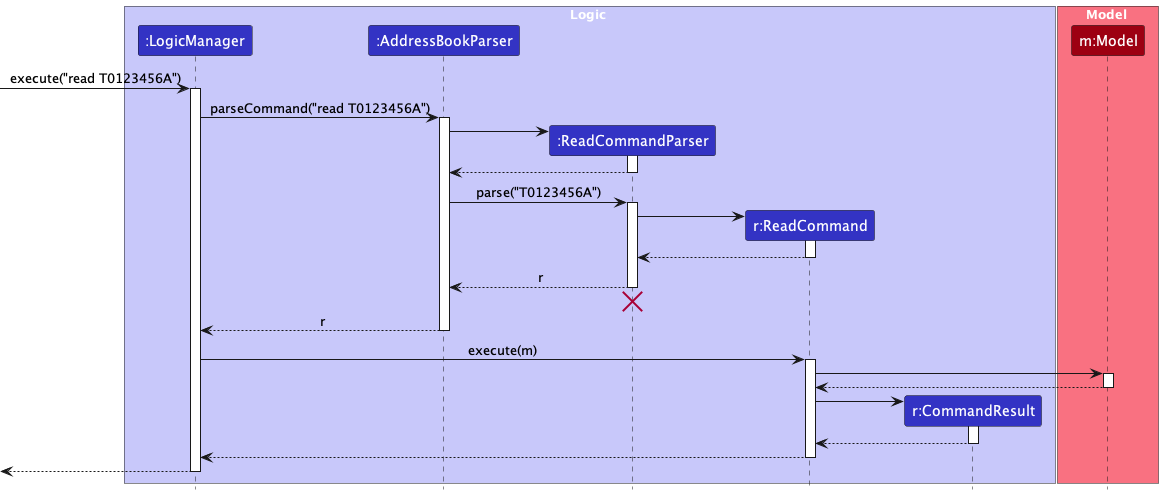
Above: docs/images/ReadCommand.png in AY2324S2-CS2103T-T08-1/tp (PlantUML), before the change. Source of this version:
```plantuml
@startuml
!include style.puml
skinparam ArrowFontStyle plain

box Logic LOGIC_COLOR_T1
participant ":LogicManager" as LogicManager LOGIC_COLOR
participant ":AddressBookParser" as AddressBookParser LOGIC_COLOR
participant ":ReadCommandParser" as ReadCommandParser LOGIC_COLOR
participant "r:ReadCommand" as ReadCommand LOGIC_COLOR
participant "r:CommandResult" as CommandResult LOGIC_COLOR
end box

box Model MODEL_COLOR_T1
participant "m:Model" as Model MODEL_COLOR
end box

[-> LogicManager : execute("read T0123456A")
activate LogicManager

LogicManager -> AddressBookParser : parseCommand("read T0123456A")
activate AddressBookParser

create ReadCommandParser
AddressBookParser -> ReadCommandParser
activate ReadCommandParser

ReadCommandParser --> AddressBookParser
deactivate ReadCommandParser

AddressBookParser -> ReadCommandParser : parse("T0123456A")
activate ReadCommandParser

create ReadCommand
ReadCommandParser -> ReadCommand
activate ReadCommand

ReadCommand --> ReadCommandParser :
deactivate ReadCommand

ReadCommandParser --> AddressBookParser : r
deactivate ReadCommandParser
ReadCommandParser -[hidden]-> AddressBookParser
destroy ReadCommandParser

AddressBookParser --> LogicManager : r
deactivate AddressBookParser

LogicManager -> ReadCommand : execute(m)
activate ReadCommand

ReadCommand -> Model
activate Model

Model --> ReadCommand
deactivate Model

create CommandResult
ReadCommand -> CommandResult
activate CommandResult

CommandResult --> ReadCommand
deactivate CommandResult

ReadCommand --> LogicManager :
deactivate ReadCommand

[<--LogicManager
deactivate LogicManager
@enduml
```
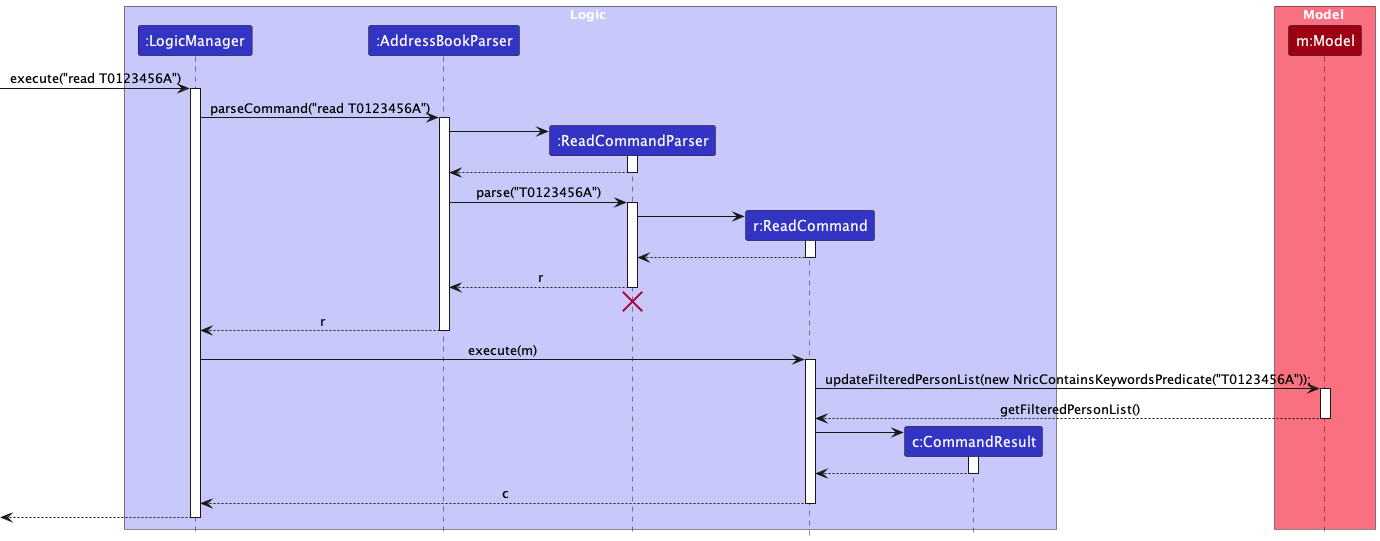
The same file after the commit.

Commit message:
Update UML diagrams for read and check commands

The edit, as a diff of the source:
```diff
@@ -7,7 +7,7 @@
 participant ":AddressBookParser" as AddressBookParser LOGIC_COLOR
 participant ":ReadCommandParser" as ReadCommandParser LOGIC_COLOR
 participant "r:ReadCommand" as ReadCommand LOGIC_COLOR
-participant "r:CommandResult" as CommandResult LOGIC_COLOR
+participant "c:CommandResult" as CommandResult LOGIC_COLOR
 end box
 
 box Model MODEL_COLOR_T1
@@ -48,10 +48,10 @@
 LogicManager -> ReadCommand : execute(m)
 activate ReadCommand
 
-ReadCommand -> Model
+ReadCommand -> Model : updateFilteredPersonList(new NricContainsKeywordsPredicate("T0123456A"));
 activate Model
 
-Model --> ReadCommand
+Model --> ReadCommand : getFilteredPersonList()
 deactivate Model
 
 create CommandResult
@@ -61,7 +61,7 @@
 CommandResult --> ReadCommand
 deactivate CommandResult
 
-ReadCommand --> LogicManager :
+ReadCommand --> LogicManager : c
 deactivate ReadCommand
 
 [<--LogicManager
```
